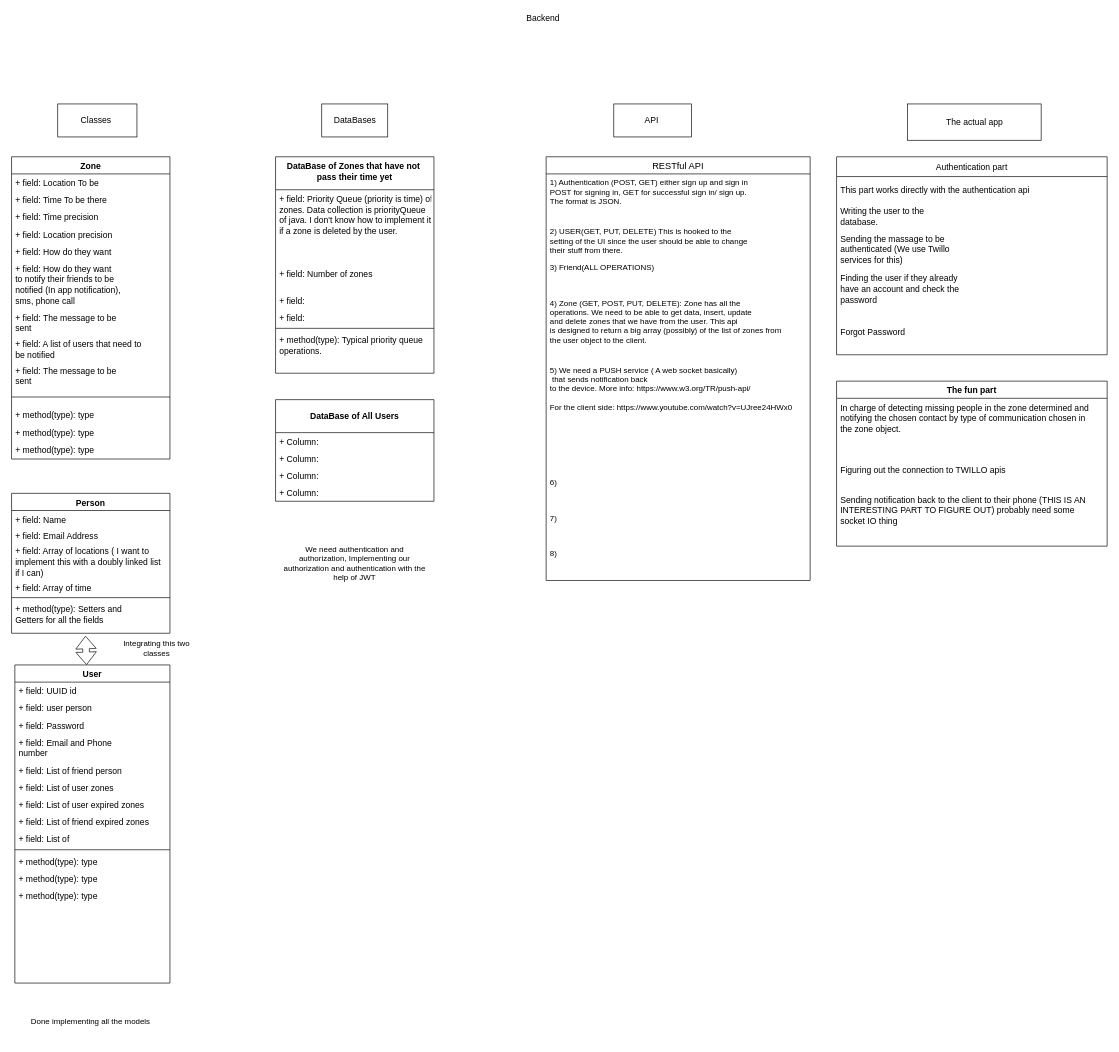
Earlier version of the draw.io diagram page "Page-1" (1 of 2) of Untitled Diagram.drawio (mosaghafian/SUREDiagrams). Source tidied: cells renumbered, new cells numbered last; positions are measured from the earlier drawing's top-left corner, leaving out a move shared by most shapes. Both pictures are drawn from the tidied source at 66%, with x=0, y=0 at pixel (11, 11).
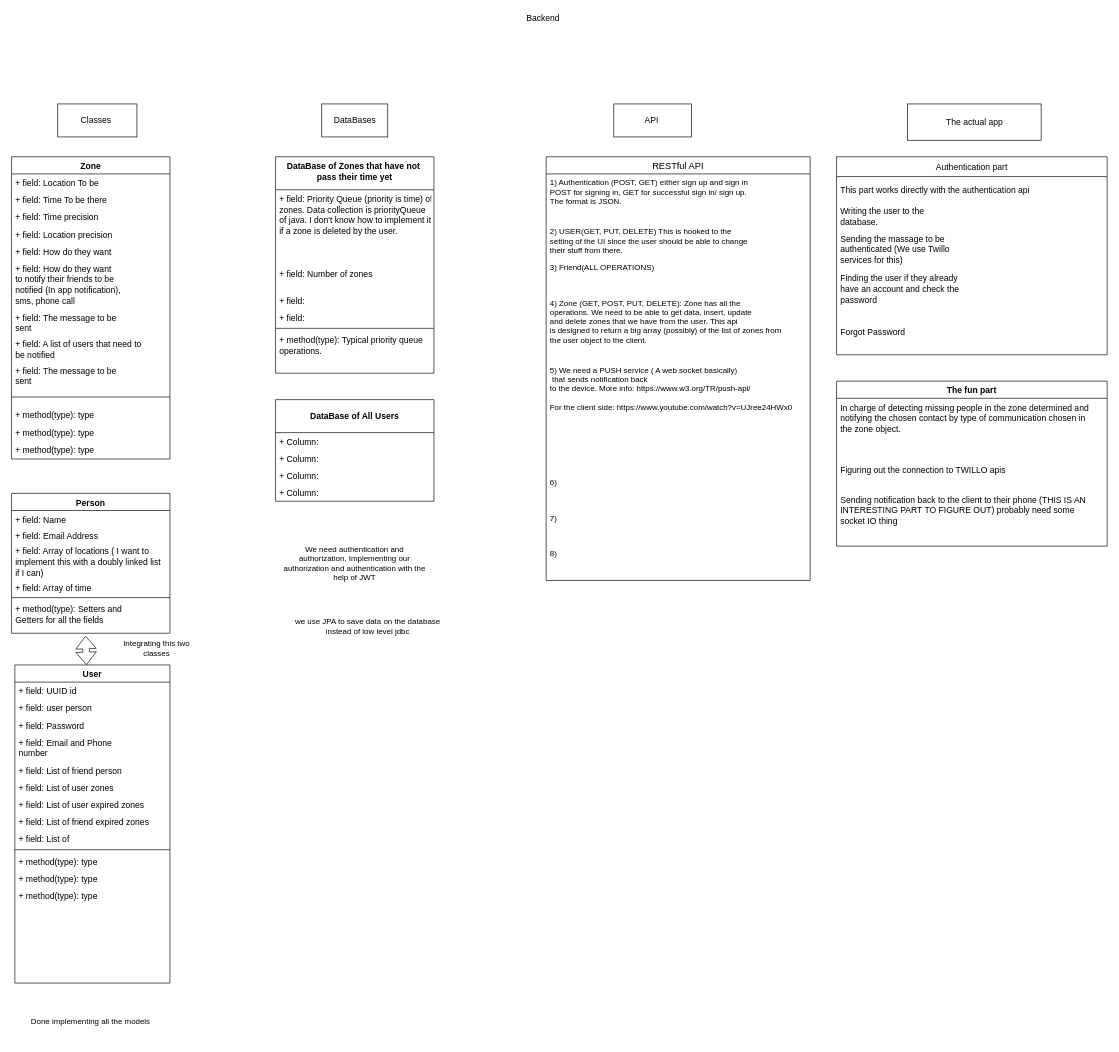
The same diagram, later.

Commit message:
JPA instead of JDBC

The edit, as a diff of the source:
```diff
@@
+    <mxCell id="77" value="we use JPA to save data on the database instead of low level jdbc" style="text;html=1;strokeColor=none;fillColor=none;align=center;verticalAlign=middle;whiteSpace=wrap;rounded=0;" parent="1" vertex="1">
+      <mxGeometry x="410" y="912" width="260" height="38" as="geometry" />
+    </mxCell>
```
